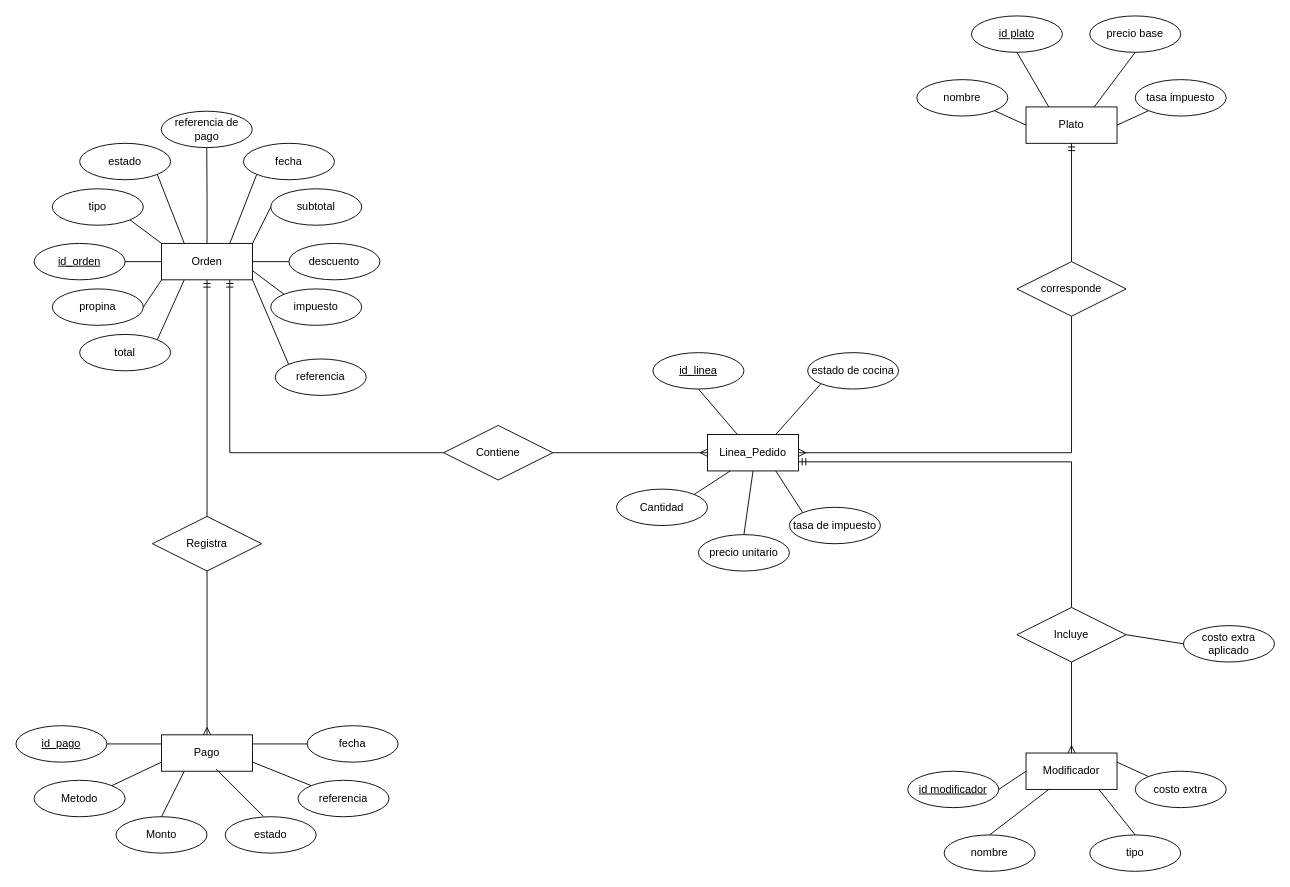
Before: diagrama_er_as.drawio in JahirFz/Mapas, a draw.io diagram. Source tidied: cells renumbered, new cells numbered last; positions are measured from the earlier drawing's top-left corner, leaving out a move shared by most shapes. Both pictures are drawn from the tidied source at 91%, with x=0, y=0 at pixel (15, 15).
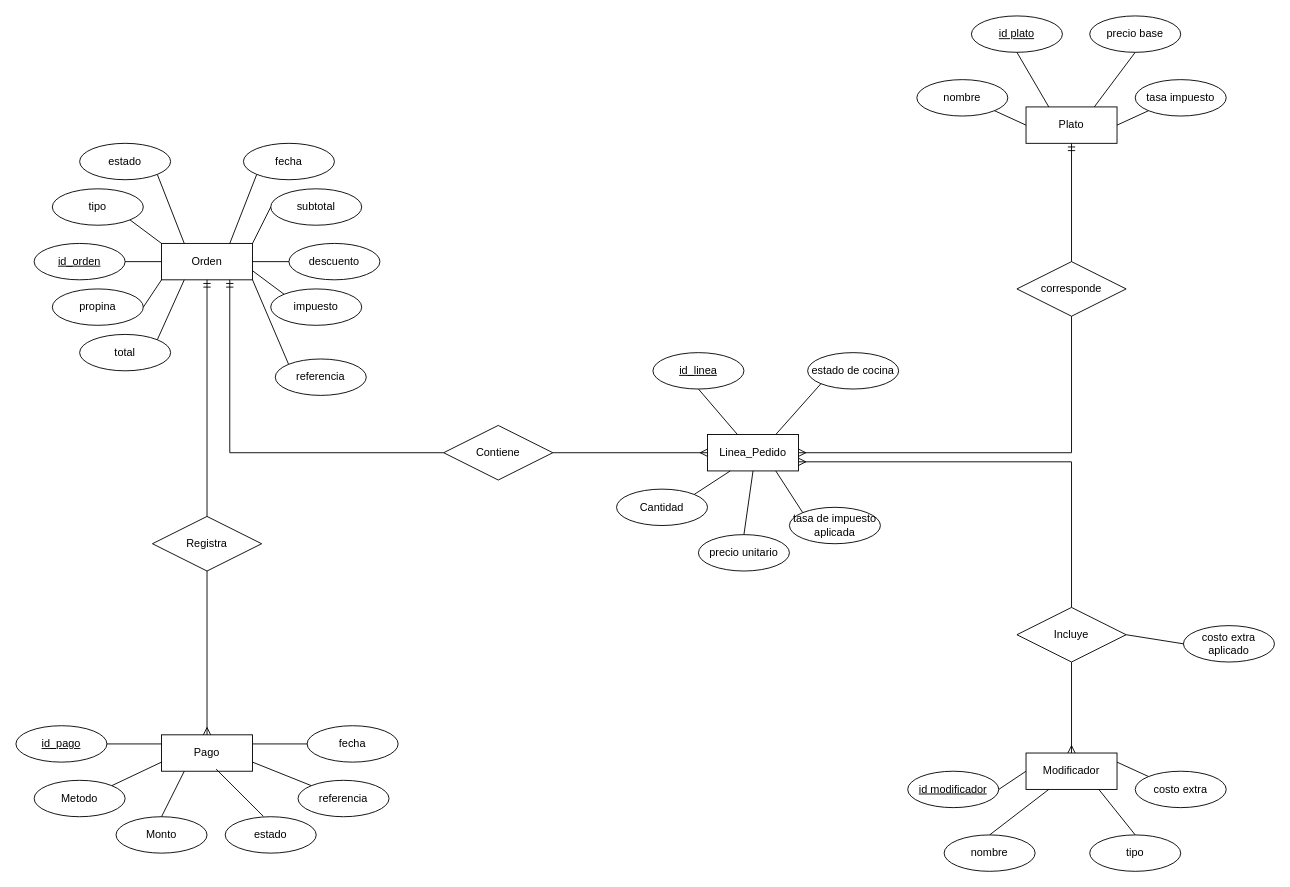
The same diagram, later.

The change refers to these unchanged cells:
```xml
<mxCell id="3" value="Orden" style="whiteSpace=wrap;html=1;align=center;" parent="1" vertex="1">
  <mxGeometry x="160" y="250" width="100" height="40" as="geometry" />
</mxCell>
<mxCell id="40" value="Linea_Pedido" style="whiteSpace=wrap;html=1;align=center;" parent="1" vertex="1">
  <mxGeometry x="760" y="460" width="100" height="40" as="geometry" />
</mxCell>
<mxCell id="65" value="Incluye" style="shape=rhombus;perimeter=rhombusPerimeter;whiteSpace=wrap;html=1;align=center;" parent="1" vertex="1">
  <mxGeometry x="1100" y="650" width="120" height="60" as="geometry" />
</mxCell>
```

What changed in the source:
```diff
@@
-    <mxCell id="2" style="edgeStyle=orthogonalEdgeStyle;rounded=0;jettySize=auto;html=1;exitX=0.5;exitY=0;exitDx=0;exitDy=0;endArrow=none;endFill=0;" parent="1" edge="1" source="3" target="76">
-      <mxGeometry relative="1" as="geometry" />
-    </mxCell>
@@
-    <mxCell id="45" value="tasa de impuesto" style="ellipse;whiteSpace=wrap;html=1;align=center;" parent="1" vertex="1">
+    <mxCell id="45" value="tasa de impuesto aplicada" style="ellipse;whiteSpace=wrap;html=1;align=center;" parent="1" vertex="1">
       <mxGeometry x="850" y="540" width="100" height="40" as="geometry" />
     </mxCell>
@@
-    <mxCell id="66" style="endArrow=none;html=1;rounded=0;exitX=1;exitY=0.75;exitDx=0;exitDy=0;entryX=0.5;entryY=0;entryDx=0;entryDy=0;startArrow=ERmandOne;startFill=0;endFill=0;" parent="1" edge="1" source="40" target="65">
+    <mxCell id="66" style="endArrow=none;html=1;rounded=0;exitX=1;exitY=0.75;exitDx=0;exitDy=0;entryX=0.5;entryY=0;entryDx=0;entryDy=0;startArrow=ERmany;startFill=0;endFill=0;" parent="1" edge="1" source="40" target="65">
       <mxGeometry relative="1" as="geometry">
         <Array as="points">
           <mxPoint x="1160" y="490" />
         </Array>
       </mxGeometry>
     </mxCell>
@@
-    <mxCell id="76" value="referencia de pago" style="ellipse;whiteSpace=wrap;html=1;align=center;" parent="1" vertex="1">
-      <mxGeometry x="159.7" y="104.7" width="100" height="40" as="geometry" />
-    </mxCell>
```
